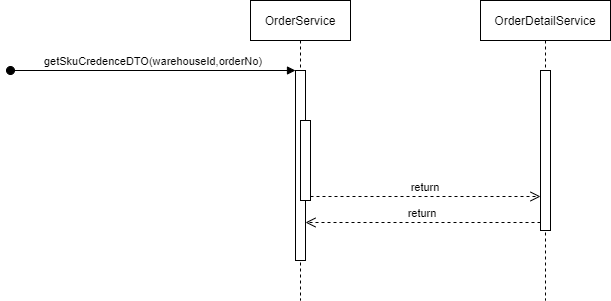
geeker-lait/arch-module keeps this draw.io diagram as wms-seq.png. Above is the earlier version. Source tidied: cells renumbered, new cells last; positions are measured from the earlier drawing's top-left corner, leaving out a move shared by most shapes.
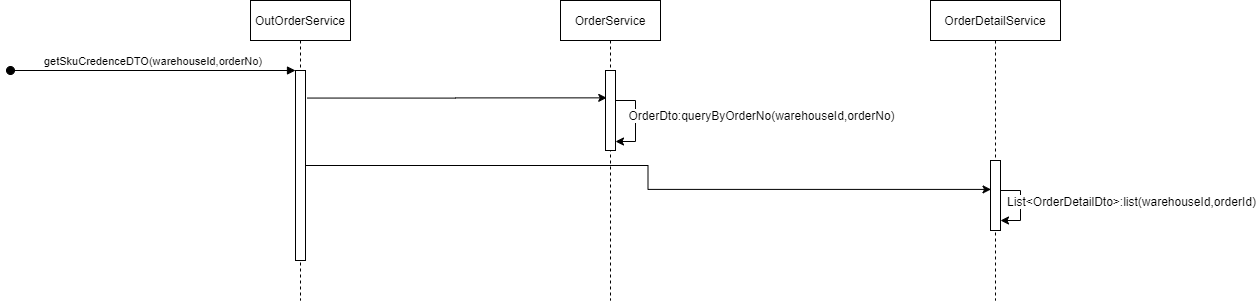
Above is the later version.

The edit, as a diff of the source:
```diff
@@ -3,30 +3,62 @@
     <mxCell id="0" />
     <mxCell id="1" parent="0" />
     <mxCell id="2" value="OrderService" style="shape=umlLifeline;perimeter=lifelinePerimeter;rounded=0;shadow=0;strokeWidth=1;" parent="1" vertex="1">
-      <mxGeometry x="240" width="100" height="300" as="geometry" />
+      <mxGeometry x="490" y="10" width="100" height="300" as="geometry" />
     </mxCell>
+    <mxCell id="10" style="edgeStyle=orthogonalEdgeStyle;rounded=0;orthogonalLoop=1;jettySize=auto;html=1;" parent="2" edge="1" source="3" target="3">
+      <mxGeometry relative="1" as="geometry">
+        <Array as="points">
+          <mxPoint x="75" y="100" />
+          <mxPoint x="75" y="141" />
+        </Array>
+      </mxGeometry>
+    </mxCell>
+    <mxCell id="11" value="OrderDto:queryByOrderNo(warehouseId,orderNo)" style="edgeLabel;html=1;align=center;verticalAlign=middle;" parent="10" vertex="1">
+      <mxGeometry x="-0.21" relative="1" as="geometry">
+        <mxPoint x="125" y="2" as="offset" />
+      </mxGeometry>
+    </mxCell>
     <mxCell id="3" style="points=[];perimeter=orthogonalPerimeter;rounded=0;shadow=0;strokeWidth=1;" parent="2" vertex="1">
-      <mxGeometry x="45" y="70" width="10" height="190" as="geometry" />
+      <mxGeometry x="45" y="70" width="10" height="80" as="geometry" />
     </mxCell>
-    <mxCell id="4" value="getSkuCredenceDTO(warehouseId,orderNo)" style="verticalAlign=bottom;startArrow=oval;endArrow=block;startSize=8;shadow=0;strokeWidth=1;" parent="2" edge="1" target="3">
-      <mxGeometry relative="1" as="geometry">
-        <mxPoint x="-240" y="70" as="sourcePoint" />
-      </mxGeometry>
-    </mxCell>
-    <mxCell id="5" style="points=[];perimeter=orthogonalPerimeter;rounded=0;shadow=0;strokeWidth=1;" parent="2" vertex="1">
-      <mxGeometry x="50" y="120" width="10" height="80" as="geometry" />
-    </mxCell>
     <mxCell id="6" value="OrderDetailService" style="shape=umlLifeline;perimeter=lifelinePerimeter;rounded=0;shadow=0;strokeWidth=1;" parent="1" vertex="1">
-      <mxGeometry x="470" width="130" height="300" as="geometry" />
+      <mxGeometry x="860" y="10" width="130" height="300" as="geometry" />
     </mxCell>
     <mxCell id="7" style="points=[];perimeter=orthogonalPerimeter;rounded=0;shadow=0;strokeWidth=1;" parent="6" vertex="1">
-      <mxGeometry x="60" y="70" width="10" height="160" as="geometry" />
+      <mxGeometry x="60" y="160" width="10" height="70" as="geometry" />
     </mxCell>
-    <mxCell id="8" value="return" style="verticalAlign=bottom;endArrow=open;dashed=1;endSize=8;exitX=0;exitY=0.95;shadow=0;strokeWidth=1;" parent="1" edge="1" source="7" target="3">
-      <mxGeometry relative="1" as="geometry" />
-    </mxCell>
-    <mxCell id="9" value="return" style="verticalAlign=bottom;endArrow=open;dashed=1;endSize=8;exitX=1;exitY=0.95;shadow=0;strokeWidth=1;" parent="1" edge="1" source="5" target="7">
-      <mxGeometry relative="1" as="geometry" />
-    </mxCell>
+    <mxCell id="12" value="OutOrderService" style="shape=umlLifeline;perimeter=lifelinePerimeter;rounded=0;shadow=0;strokeWidth=1;" parent="1" vertex="1">
+      <mxGeometry x="180" y="10" width="100" height="300" as="geometry" />
+    </mxCell>
+    <mxCell id="13" style="points=[];perimeter=orthogonalPerimeter;rounded=0;shadow=0;strokeWidth=1;" parent="12" vertex="1">
+      <mxGeometry x="45" y="70" width="10" height="190" as="geometry" />
+    </mxCell>
+    <mxCell id="4" value="getSkuCredenceDTO(warehouseId,orderNo)" style="verticalAlign=bottom;startArrow=oval;endArrow=block;startSize=8;shadow=0;strokeWidth=1;" parent="12" edge="1" target="13">
+      <mxGeometry relative="1" as="geometry">
+        <mxPoint x="-240" y="70" as="sourcePoint" />
+      </mxGeometry>
+    </mxCell>
+    <mxCell id="14" style="edgeStyle=orthogonalEdgeStyle;rounded=0;jettySize=auto;html=1;entryX=0.124;entryY=0.342;entryDx=0;entryDy=0;entryPerimeter=0;exitX=1.186;exitY=0.145;exitDx=0;exitDy=0;exitPerimeter=0;" parent="1" edge="1" source="13" target="3">
+      <mxGeometry relative="1" as="geometry" />
+    </mxCell>
+    <mxCell id="15" style="edgeStyle=orthogonalEdgeStyle;rounded=0;jettySize=auto;html=1;entryX=0.052;entryY=0.413;entryDx=0;entryDy=0;entryPerimeter=0;" parent="1" edge="1" source="13" target="7">
+      <mxGeometry relative="1" as="geometry" />
+    </mxCell>
+    <mxCell id="16" style="edgeStyle=orthogonalEdgeStyle;rounded=0;orthogonalLoop=1;jettySize=auto;html=1;" parent="1" edge="1">
+      <mxGeometry relative="1" as="geometry">
+        <mxPoint x="930" y="200" as="sourcePoint" />
+        <mxPoint x="930" y="230" as="targetPoint" />
+        <Array as="points">
+          <mxPoint x="950" y="200" />
+          <mxPoint x="950" y="230" />
+          <mxPoint x="930" y="230" />
+        </Array>
+      </mxGeometry>
+    </mxCell>
+    <mxCell id="17" value="List&amp;lt;OrderDetailDto&amp;gt;:list(warehouseId,orderId)" style="edgeLabel;html=1;align=center;verticalAlign=middle;" parent="16" vertex="1">
+      <mxGeometry x="-0.21" relative="1" as="geometry">
+        <mxPoint x="110" y="2" as="offset" />
+      </mxGeometry>
+    </mxCell>
   </root>
 </mxGraphModel>
```
